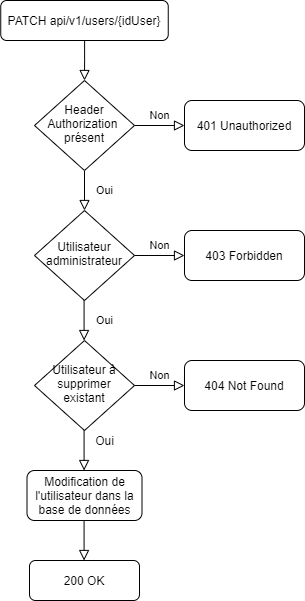
Earlier version of the draw.io export documentation/diagram/drawio/flowchartUpdateOneUser.png (jonathanboreljaquet/bj-travail-diplome-2021). Source tidied: cells renumbered, new cells last; positions are measured from the earlier drawing's top-left corner, leaving out a move shared by most shapes.
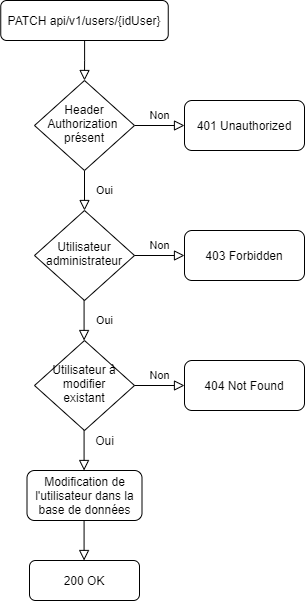
After the change.

The edit, as a diff of the source:
```diff
@@ -40,7 +40,7 @@
     <mxCell id="12" value="403 Forbidden" style="rounded=1;whiteSpace=wrap;html=1;fontSize=12;glass=0;strokeWidth=1;shadow=0;" parent="1" vertex="1">
       <mxGeometry x="184" y="230" width="120" height="50" as="geometry" />
     </mxCell>
-    <mxCell id="13" value="Utilisateur à supprimer&lt;br&gt;existant" style="rhombus;whiteSpace=wrap;html=1;shadow=0;fontFamily=Helvetica;fontSize=12;align=center;strokeWidth=1;spacing=6;spacingTop=-4;" parent="1" vertex="1">
+    <mxCell id="13" value="Utilisateur à modifier&lt;br&gt;existant" style="rhombus;whiteSpace=wrap;html=1;shadow=0;fontFamily=Helvetica;fontSize=12;align=center;strokeWidth=1;spacing=6;spacingTop=-4;" parent="1" vertex="1">
       <mxGeometry x="34" y="340" width="100" height="90" as="geometry" />
     </mxCell>
     <mxCell id="14" value="Non" style="edgeStyle=orthogonalEdgeStyle;rounded=0;html=1;jettySize=auto;fontSize=11;endArrow=block;endFill=0;endSize=8;strokeWidth=1;shadow=0;labelBackgroundColor=none;" parent="1" edge="1" target="15">
```
